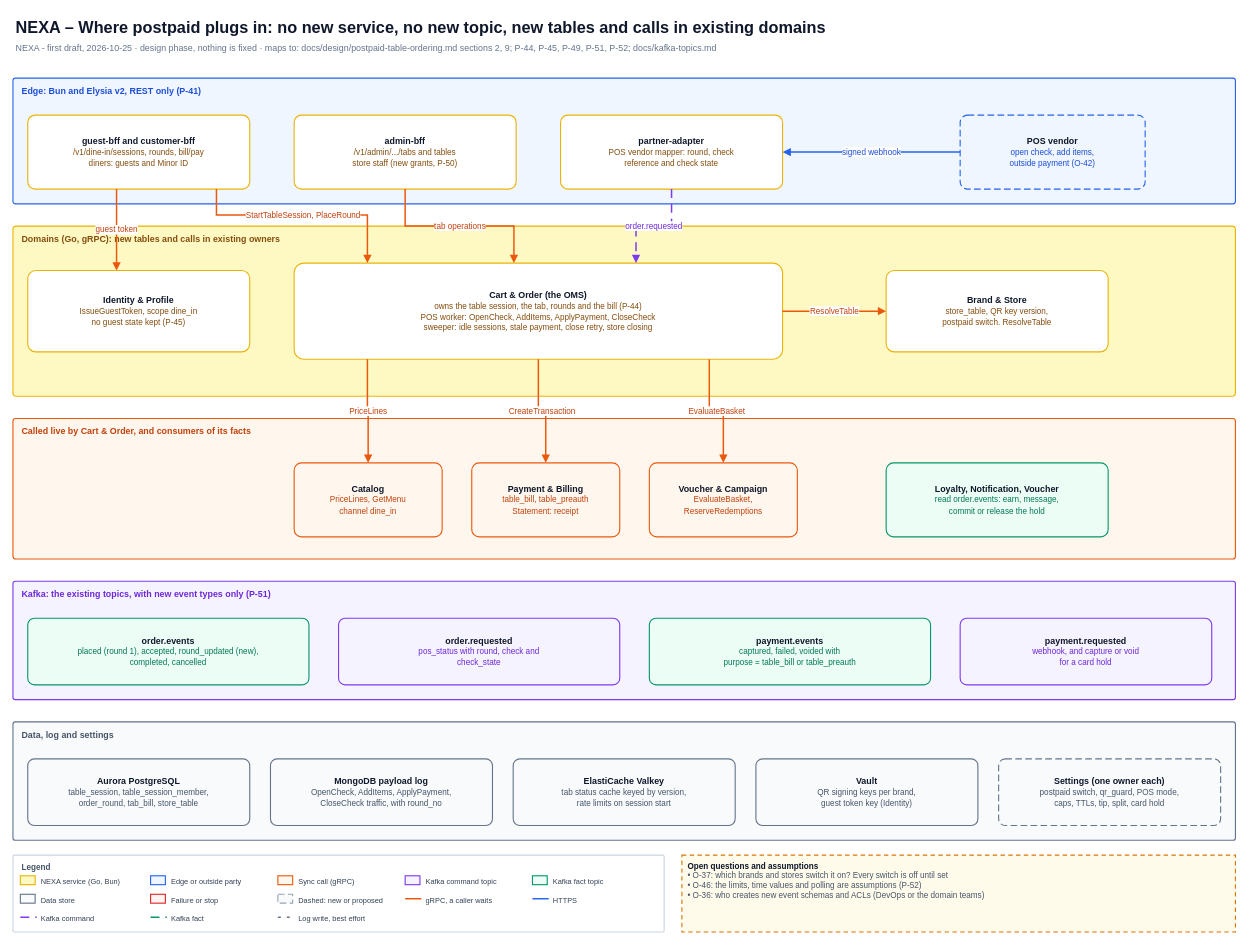
Before: page "6 Where it plugs into NEXA" (6 of 6) of diagrams/13-postpaid-table-ordering.drawio in Leakageonthelamp/nexa-platform-achitecture, a draw.io diagram. Source tidied: cells renumbered, new cells numbered last; positions are measured from the earlier drawing's top-left corner, leaving out a move shared by most shapes. Both pictures are drawn from the tidied source at 74%, with x=0, y=0 at pixel (13, 13).
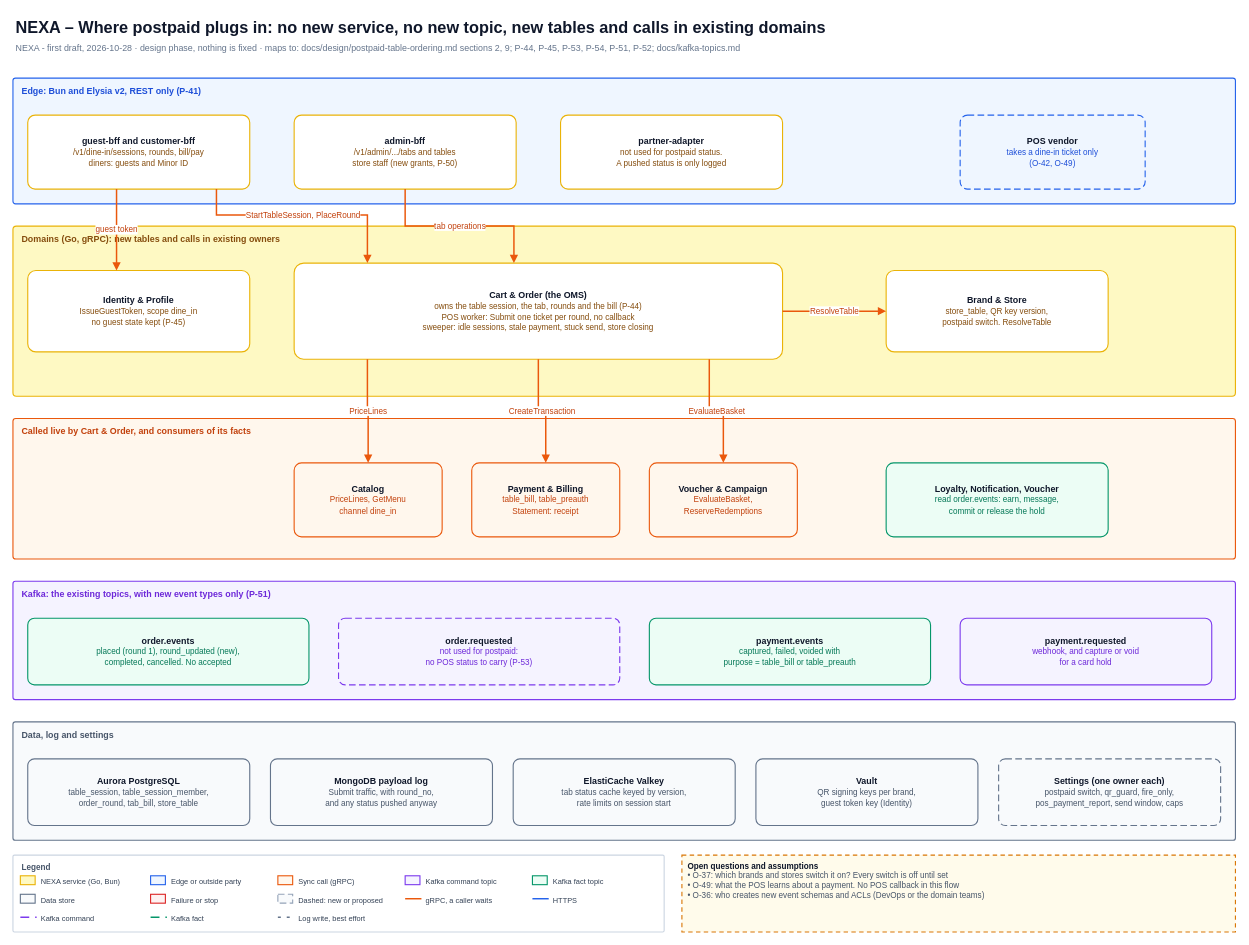
Above is the later version.

Unchanged cells that the change refers to:
```xml
<mxCell id="32" value="&lt;b&gt;Edge: Bun and Elysia v2, REST only (P-41)&lt;/b&gt;" style="html=1;whiteSpace=wrap;fontFamily=Helvetica;rounded=1;arcSize=2;verticalAlign=top;align=left;spacingLeft=10;spacingTop=4;fontSize=12;fontStyle=1;fontColor=#1D4ED8;strokeColor=#2563EB;fillColor=#EFF6FF;strokeWidth=1.5;" parent="1" vertex="1">
  <mxGeometry y="88" width="1652" height="170" as="geometry" />
</mxCell>
<mxCell id="38" value="&lt;b&gt;Domains (Go, gRPC): new tables and calls in existing owners&lt;/b&gt;" style="html=1;whiteSpace=wrap;fontFamily=Helvetica;rounded=1;arcSize=2;verticalAlign=top;align=left;spacingLeft=10;spacingTop=4;fontSize=12;fontStyle=1;fontColor=#854D0E;strokeColor=#EAB308;fillColor=#FEF9C3;strokeWidth=1.5;" parent="1" vertex="1">
  <mxGeometry y="288" width="1652" height="230" as="geometry" />
</mxCell>
<mxCell id="55" value="&lt;b&gt;Kafka: the existing topics, with new event types only (P-51)&lt;/b&gt;" style="html=1;whiteSpace=wrap;fontFamily=Helvetica;rounded=1;arcSize=2;verticalAlign=top;align=left;spacingLeft=10;spacingTop=4;fontSize=12;fontStyle=1;fontColor=#6D28D9;strokeColor=#7C3AED;fillColor=#F5F3FF;strokeWidth=1.5;" parent="1" vertex="1">
  <mxGeometry y="768" width="1652" height="160" as="geometry" />
</mxCell>
<mxCell id="60" value="&lt;b&gt;Data, log and settings&lt;/b&gt;" style="html=1;whiteSpace=wrap;fontFamily=Helvetica;rounded=1;arcSize=2;verticalAlign=top;align=left;spacingLeft=10;spacingTop=4;fontSize=12;fontStyle=1;fontColor=#475569;strokeColor=#64748B;fillColor=#F8FAFC;strokeWidth=1.5;" parent="1" vertex="1">
  <mxGeometry y="958" width="1652" height="160" as="geometry" />
</mxCell>
```

The edit, as a diff of the source:
```diff
@@
-    <mxCell id="3" value="NEXA - first draft, 2026-10-25 &amp;#183; design phase, nothing is fixed &amp;#183; maps to: docs/design/postpaid-table-ordering.md sections 2, 9; P-44, P-45, P-49, P-51, P-52; docs/kafka-topics.md" style="html=1;whiteSpace=wrap;fontFamily=Helvetica;text;strokeColor=none;fillColor=none;align=left;verticalAlign=top;fontSize=12;fontColor=#64748B;spacingLeft=2;spacingRight=2;spacingTop=0;spacingBottom=0;" parent="1" vertex="1">
+    <mxCell id="3" value="NEXA - first draft, 2026-10-28 &amp;#183; design phase, nothing is fixed &amp;#183; maps to: docs/design/postpaid-table-ordering.md sections 2, 9; P-44, P-45, P-53, P-54, P-51, P-52; docs/kafka-topics.md" style="html=1;whiteSpace=wrap;fontFamily=Helvetica;text;strokeColor=none;fillColor=none;align=left;verticalAlign=top;fontSize=12;fontColor=#64748B;spacingLeft=2;spacingRight=2;spacingTop=0;spacingBottom=0;" parent="1" vertex="1">
       <mxGeometry y="34" width="1652" height="22" as="geometry" />
     </mxCell>
@@
-    <mxCell id="31" value="&lt;b&gt;Open questions and assumptions&lt;/b&gt;&lt;br&gt;&lt;font style=&quot;font-size:11px&quot; color=&quot;#475569&quot;&gt;&amp;#8226; O-37: which brands and stores switch it on? Every switch is off until set&lt;br&gt;&amp;#8226; O-46: the limits, time values and polling are assumptions (P-52)&lt;br&gt;&amp;#8226; O-36: who creates new event schemas and ACLs (DevOps or the domain teams)&lt;/font&gt;" style="html=1;whiteSpace=wrap;fontFamily=Helvetica;rounded=0;fontSize=11;fontColor=#0F172A;strokeColor=#CBD5E1;fillColor=#FFFFFF;strokeWidth=1.5;align=left;verticalAlign=top;spacingLeft=6;spacingRight=6;spacingTop=2;spacingBottom=2;dashed=1;dashPattern=4 3;fillColor=#FFFBEB;strokeColor=#D97706;" parent="1" vertex="1">
+    <mxCell id="31" value="&lt;b&gt;Open questions and assumptions&lt;/b&gt;&lt;br&gt;&lt;font style=&quot;font-size:11px&quot; color=&quot;#475569&quot;&gt;&amp;#8226; O-37: which brands and stores switch it on? Every switch is off until set&lt;br&gt;&amp;#8226; O-49: what the POS learns about a payment. No POS callback in this flow&lt;br&gt;&amp;#8226; O-36: who creates new event schemas and ACLs (DevOps or the domain teams)&lt;/font&gt;" style="html=1;whiteSpace=wrap;fontFamily=Helvetica;rounded=0;fontSize=11;fontColor=#0F172A;strokeColor=#CBD5E1;fillColor=#FFFFFF;strokeWidth=1.5;align=left;verticalAlign=top;spacingLeft=6;spacingRight=6;spacingTop=2;spacingBottom=2;dashed=1;dashPattern=4 3;fillColor=#FFFBEB;strokeColor=#D97706;" parent="1" vertex="1">
       <mxGeometry x="904" y="1138" width="748" height="104" as="geometry" />
     </mxCell>
@@
-    <mxCell id="35" value="&lt;b&gt;partner-adapter&lt;/b&gt;&lt;br&gt;&lt;font style=&quot;font-size:11px&quot; color=&quot;#854D0E&quot;&gt;POS vendor mapper: round, check&lt;/font&gt;&lt;br&gt;&lt;font style=&quot;font-size:11px&quot; color=&quot;#854D0E&quot;&gt;reference and check state&lt;/font&gt;" style="html=1;whiteSpace=wrap;fontFamily=Helvetica;rounded=1;arcSize=10;fontSize=12;fontColor=#0F172A;strokeColor=#EAB308;fillColor=#FFFFFF;strokeWidth=1.5;align=center;verticalAlign=middle;spacingLeft=6;spacingRight=6;spacingTop=2;spacingBottom=2;" parent="32" vertex="1">
+    <mxCell id="35" value="&lt;b&gt;partner-adapter&lt;/b&gt;&lt;br&gt;&lt;font style=&quot;font-size:11px&quot; color=&quot;#854D0E&quot;&gt;not used for postpaid status.&lt;/font&gt;&lt;br&gt;&lt;font style=&quot;font-size:11px&quot; color=&quot;#854D0E&quot;&gt;A pushed status is only logged&lt;/font&gt;" style="html=1;whiteSpace=wrap;fontFamily=Helvetica;rounded=1;arcSize=10;fontSize=12;fontColor=#0F172A;strokeColor=#EAB308;fillColor=#FFFFFF;strokeWidth=1.5;align=center;verticalAlign=middle;spacingLeft=6;spacingRight=6;spacingTop=2;spacingBottom=2;" parent="32" vertex="1">
       <mxGeometry x="740" y="50" width="300" height="100" as="geometry" />
     </mxCell>
-    <mxCell id="36" value="&lt;b&gt;POS vendor&lt;/b&gt;&lt;br&gt;&lt;font style=&quot;font-size:11px&quot; color=&quot;#1D4ED8&quot;&gt;open check, add items,&lt;/font&gt;&lt;br&gt;&lt;font style=&quot;font-size:11px&quot; color=&quot;#1D4ED8&quot;&gt;outside payment (O-42)&lt;/font&gt;" style="html=1;whiteSpace=wrap;fontFamily=Helvetica;rounded=1;arcSize=10;fontSize=12;fontColor=#0F172A;strokeColor=#2563EB;fillColor=#EFF6FF;strokeWidth=1.5;align=center;verticalAlign=middle;spacingLeft=6;spacingRight=6;spacingTop=2;spacingBottom=2;dashed=1;dashPattern=6 3;" parent="32" vertex="1">
+    <mxCell id="36" value="&lt;b&gt;POS vendor&lt;/b&gt;&lt;br&gt;&lt;font style=&quot;font-size:11px&quot; color=&quot;#1D4ED8&quot;&gt;takes a dine-in ticket only&lt;/font&gt;&lt;br&gt;&lt;font style=&quot;font-size:11px&quot; color=&quot;#1D4ED8&quot;&gt;(O-42, O-49)&lt;/font&gt;" style="html=1;whiteSpace=wrap;fontFamily=Helvetica;rounded=1;arcSize=10;fontSize=12;fontColor=#0F172A;strokeColor=#2563EB;fillColor=#EFF6FF;strokeWidth=1.5;align=center;verticalAlign=middle;spacingLeft=6;spacingRight=6;spacingTop=2;spacingBottom=2;dashed=1;dashPattern=6 3;" parent="32" vertex="1">
       <mxGeometry x="1280" y="50" width="250" height="100" as="geometry" />
     </mxCell>
-    <mxCell id="37" value="signed webhook" style="edgeStyle=orthogonalEdgeStyle;rounded=0;html=1;fontFamily=Helvetica;fontSize=11;fontColor=#1D4ED8;strokeColor=#2563EB;strokeWidth=2;endArrow=block;endFill=1;endSize=6;labelBackgroundColor=#FFFFFF;exitX=0.0000;exitY=0.5000;exitDx=0;exitDy=0;entryX=1.0000;entryY=0.5000;entryDx=0;entryDy=0;jettySize=auto;" parent="1" edge="1" source="36" target="35">
-      <mxGeometry relative="1" as="geometry" />
-    </mxCell>
@@
-    <mxCell id="40" value="&lt;b&gt;Cart &amp;amp; Order (the OMS)&lt;/b&gt;&lt;br&gt;&lt;font style=&quot;font-size:11px&quot; color=&quot;#854D0E&quot;&gt;owns the table session, the tab, rounds and the bill (P-44)&lt;/font&gt;&lt;br&gt;&lt;font style=&quot;font-size:11px&quot; color=&quot;#854D0E&quot;&gt;POS worker: OpenCheck, AddItems, ApplyPayment, CloseCheck&lt;/font&gt;&lt;br&gt;&lt;font style=&quot;font-size:11px&quot; color=&quot;#854D0E&quot;&gt;sweeper: idle sessions, stale payment, close retry, store closing&lt;/font&gt;" style="html=1;whiteSpace=wrap;fontFamily=Helvetica;rounded=1;arcSize=10;fontSize=12;fontColor=#0F172A;strokeColor=#EAB308;fillColor=#FFFFFF;strokeWidth=1.5;align=center;verticalAlign=middle;spacingLeft=6;spacingRight=6;spacingTop=2;spacingBottom=2;" parent="38" vertex="1">
+    <mxCell id="40" value="&lt;b&gt;Cart &amp;amp; Order (the OMS)&lt;/b&gt;&lt;br&gt;&lt;font style=&quot;font-size:11px&quot; color=&quot;#854D0E&quot;&gt;owns the table session, the tab, rounds and the bill (P-44)&lt;/font&gt;&lt;br&gt;&lt;font style=&quot;font-size:11px&quot; color=&quot;#854D0E&quot;&gt;POS worker: Submit one ticket per round, no callback&lt;/font&gt;&lt;br&gt;&lt;font style=&quot;font-size:11px&quot; color=&quot;#854D0E&quot;&gt;sweeper: idle sessions, stale payment, stuck send, store closing&lt;/font&gt;" style="html=1;whiteSpace=wrap;fontFamily=Helvetica;rounded=1;arcSize=10;fontSize=12;fontColor=#0F172A;strokeColor=#EAB308;fillColor=#FFFFFF;strokeWidth=1.5;align=center;verticalAlign=middle;spacingLeft=6;spacingRight=6;spacingTop=2;spacingBottom=2;" parent="38" vertex="1">
       <mxGeometry x="380" y="50" width="660" height="130" as="geometry" />
     </mxCell>
@@
-    <mxCell id="45" value="order.requested" style="edgeStyle=orthogonalEdgeStyle;rounded=0;html=1;fontFamily=Helvetica;fontSize=11;fontColor=#6D28D9;strokeColor=#7C3AED;strokeWidth=2;endArrow=block;endFill=1;endSize=6;labelBackgroundColor=#FFFFFF;exitX=0.5000;exitY=1.0000;exitDx=0;exitDy=0;entryX=0.7000;entryY=0.0000;entryDx=0;entryDy=0;jettySize=auto;dashed=1;dashPattern=6 4;" parent="1" edge="1" source="35" target="40">
-      <mxGeometry relative="1" as="geometry">
-        <Array as="points">
-          <mxPoint x="890" y="288" />
-          <mxPoint x="842" y="288" />
-        </Array>
-      </mxGeometry>
-    </mxCell>
@@
-    <mxCell id="56" value="&lt;b&gt;order.events&lt;/b&gt;&lt;br&gt;&lt;font style=&quot;font-size:11px&quot; color=&quot;#047857&quot;&gt;placed (round 1), accepted, round_updated (new),&lt;/font&gt;&lt;br&gt;&lt;font style=&quot;font-size:11px&quot; color=&quot;#047857&quot;&gt;completed, cancelled&lt;/font&gt;" style="html=1;whiteSpace=wrap;fontFamily=Helvetica;rounded=1;arcSize=10;fontSize=12;fontColor=#0F172A;strokeColor=#059669;fillColor=#ECFDF5;strokeWidth=1.5;align=center;verticalAlign=middle;spacingLeft=6;spacingRight=6;spacingTop=2;spacingBottom=2;" parent="55" vertex="1">
+    <mxCell id="56" value="&lt;b&gt;order.events&lt;/b&gt;&lt;br&gt;&lt;font style=&quot;font-size:11px&quot; color=&quot;#047857&quot;&gt;placed (round 1), round_updated (new),&lt;/font&gt;&lt;br&gt;&lt;font style=&quot;font-size:11px&quot; color=&quot;#047857&quot;&gt;completed, cancelled. No accepted&lt;/font&gt;" style="html=1;whiteSpace=wrap;fontFamily=Helvetica;rounded=1;arcSize=10;fontSize=12;fontColor=#0F172A;strokeColor=#059669;fillColor=#ECFDF5;strokeWidth=1.5;align=center;verticalAlign=middle;spacingLeft=6;spacingRight=6;spacingTop=2;spacingBottom=2;" parent="55" vertex="1">
       <mxGeometry x="20" y="50" width="380" height="90" as="geometry" />
     </mxCell>
-    <mxCell id="57" value="&lt;b&gt;order.requested&lt;/b&gt;&lt;br&gt;&lt;font style=&quot;font-size:11px&quot; color=&quot;#6D28D9&quot;&gt;pos_status with round, check and&lt;/font&gt;&lt;br&gt;&lt;font style=&quot;font-size:11px&quot; color=&quot;#6D28D9&quot;&gt;check_state&lt;/font&gt;" style="html=1;whiteSpace=wrap;fontFamily=Helvetica;rounded=1;arcSize=10;fontSize=12;fontColor=#0F172A;strokeColor=#7C3AED;fillColor=#F5F3FF;strokeWidth=1.5;align=center;verticalAlign=middle;spacingLeft=6;spacingRight=6;spacingTop=2;spacingBottom=2;" parent="55" vertex="1">
+    <mxCell id="57" value="&lt;b&gt;order.requested&lt;/b&gt;&lt;br&gt;&lt;font style=&quot;font-size:11px&quot; color=&quot;#6D28D9&quot;&gt;not used for postpaid:&lt;/font&gt;&lt;br&gt;&lt;font style=&quot;font-size:11px&quot; color=&quot;#6D28D9&quot;&gt;no POS status to carry (P-53)&lt;/font&gt;" style="html=1;whiteSpace=wrap;fontFamily=Helvetica;rounded=1;arcSize=10;fontSize=12;fontColor=#0F172A;strokeColor=#7C3AED;fillColor=#F5F3FF;strokeWidth=1.5;align=center;verticalAlign=middle;spacingLeft=6;spacingRight=6;spacingTop=2;spacingBottom=2;dashed=1;dashPattern=6 3;" parent="55" vertex="1">
       <mxGeometry x="440" y="50" width="380" height="90" as="geometry" />
     </mxCell>
@@
-    <mxCell id="62" value="&lt;b&gt;MongoDB payload log&lt;/b&gt;&lt;br&gt;&lt;font style=&quot;font-size:11px&quot; color=&quot;#475569&quot;&gt;OpenCheck, AddItems, ApplyPayment,&lt;/font&gt;&lt;br&gt;&lt;font style=&quot;font-size:11px&quot; color=&quot;#475569&quot;&gt;CloseCheck traffic, with round_no&lt;/font&gt;" style="html=1;whiteSpace=wrap;fontFamily=Helvetica;rounded=1;arcSize=10;fontSize=12;fontColor=#0F172A;strokeColor=#64748B;fillColor=#F8FAFC;strokeWidth=1.5;align=center;verticalAlign=middle;spacingLeft=6;spacingRight=6;spacingTop=2;spacingBottom=2;" parent="60" vertex="1">
+    <mxCell id="62" value="&lt;b&gt;MongoDB payload log&lt;/b&gt;&lt;br&gt;&lt;font style=&quot;font-size:11px&quot; color=&quot;#475569&quot;&gt;Submit traffic, with round_no,&lt;/font&gt;&lt;br&gt;&lt;font style=&quot;font-size:11px&quot; color=&quot;#475569&quot;&gt;and any status pushed anyway&lt;/font&gt;" style="html=1;whiteSpace=wrap;fontFamily=Helvetica;rounded=1;arcSize=10;fontSize=12;fontColor=#0F172A;strokeColor=#64748B;fillColor=#F8FAFC;strokeWidth=1.5;align=center;verticalAlign=middle;spacingLeft=6;spacingRight=6;spacingTop=2;spacingBottom=2;" parent="60" vertex="1">
       <mxGeometry x="348" y="50" width="300" height="90" as="geometry" />
     </mxCell>
@@
-    <mxCell id="65" value="&lt;b&gt;Settings (one owner each)&lt;/b&gt;&lt;br&gt;&lt;font style=&quot;font-size:11px&quot; color=&quot;#475569&quot;&gt;postpaid switch, qr_guard, POS mode,&lt;/font&gt;&lt;br&gt;&lt;font style=&quot;font-size:11px&quot; color=&quot;#475569&quot;&gt;caps, TTLs, tip, split, card hold&lt;/font&gt;" style="html=1;whiteSpace=wrap;fontFamily=Helvetica;rounded=1;arcSize=10;fontSize=12;fontColor=#0F172A;strokeColor=#64748B;fillColor=#F8FAFC;strokeWidth=1.5;align=center;verticalAlign=middle;spacingLeft=6;spacingRight=6;spacingTop=2;spacingBottom=2;dashed=1;dashPattern=6 3;" parent="60" vertex="1">
+    <mxCell id="65" value="&lt;b&gt;Settings (one owner each)&lt;/b&gt;&lt;br&gt;&lt;font style=&quot;font-size:11px&quot; color=&quot;#475569&quot;&gt;postpaid switch, qr_guard, fire_only,&lt;/font&gt;&lt;br&gt;&lt;font style=&quot;font-size:11px&quot; color=&quot;#475569&quot;&gt;pos_payment_report, send window, caps&lt;/font&gt;" style="html=1;whiteSpace=wrap;fontFamily=Helvetica;rounded=1;arcSize=10;fontSize=12;fontColor=#0F172A;strokeColor=#64748B;fillColor=#F8FAFC;strokeWidth=1.5;align=center;verticalAlign=middle;spacingLeft=6;spacingRight=6;spacingTop=2;spacingBottom=2;dashed=1;dashPattern=6 3;" parent="60" vertex="1">
       <mxGeometry x="1332" y="50" width="300" height="90" as="geometry" />
     </mxCell>
```
